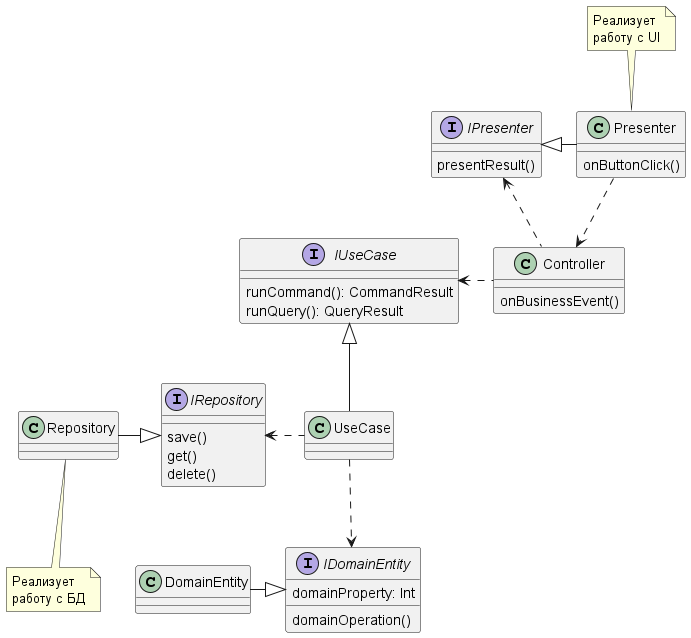
Earlier version of the PlantUML export src/diagrams/CleanArchitecture.png (mikhailandronov/RoversExercise). Its diagram source:
```plantuml
@startuml

interface IDomainEntity{
    domainProperty: Int
    domainOperation()
}
class DomainEntity
DomainEntity -r-|> IDomainEntity

interface IRepository{
    save()
    get()
    delete()
}

class Repository
IRepository <|-l- Repository
note bottom of Repository: Реализует \nработу с БД

interface IPresenter{
    presentResult()
}

class Presenter{
    onButtonClick()
}
IPresenter <|-r- Presenter
note top of Presenter: Реализует \nработу с UI

interface IUseCase{
    runCommand(): CommandResult
    runQuery(): QueryResult
}
class UseCase
IUseCase <|-d- UseCase

UseCase ..> IDomainEntity

class Controller{
    onBusinessEvent()
}

Controller .l.> IUseCase
UseCase .l.> IRepository
Controller .u.> IPresenter

Presenter .d.> Controller

@enduml
```
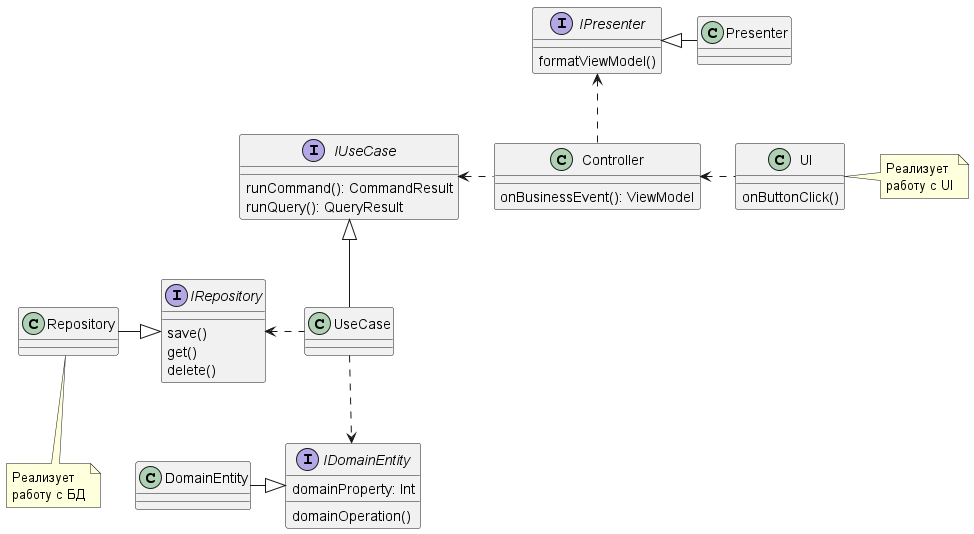
The same diagram one commit later.

The edit, as a diff of the source:
```diff
@@ -18,14 +18,14 @@
 note bottom of Repository: Реализует \nработу с БД
 
 interface IPresenter{
-    presentResult()
+    formatViewModel()
 }
 
 class Presenter{
-    onButtonClick()
+
 }
 IPresenter <|-r- Presenter
-note top of Presenter: Реализует \nработу с UI
+
 
 interface IUseCase{
     runCommand(): CommandResult
@@ -37,13 +37,18 @@
 UseCase ..> IDomainEntity
 
 class Controller{
-    onBusinessEvent()
+    onBusinessEvent(): ViewModel
 }
 
 Controller .l.> IUseCase
 UseCase .l.> IRepository
 Controller .u.> IPresenter
 
-Presenter .d.> Controller
+class UI{
+    onButtonClick()
+}
+note right of UI: Реализует \nработу с UI
+
+UI .l.> Controller
 
 @enduml
```
